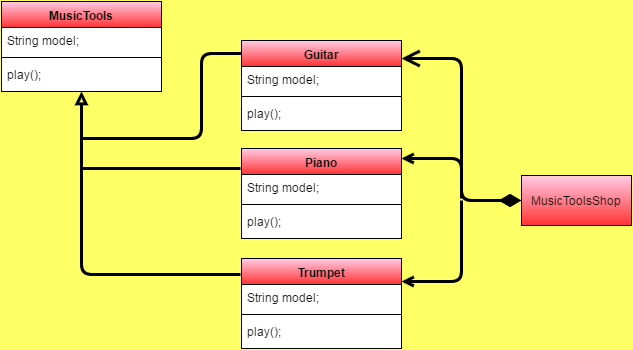
Earlier version of the draw.io export MusicTools.png (GalinaViktorovna/HomeTaskModul2). Source tidied: cells renumbered, new cells last; positions are measured from the earlier drawing's top-left corner, leaving out a move shared by most shapes. Its diagram source:
```xml
<mxGraphModel background="#FFFF66">
  <root>
    <mxCell id="0" />
    <mxCell id="1" parent="0" />
    <mxCell id="2" value="MusicTools" style="swimlane;html=1;fontStyle=1;align=center;verticalAlign=top;horizontal=1;startSize=26;swimlaneFillColor=#ffffff;fillColor=#FFCCE6;gradientColor=#FF3333;" parent="1" vertex="1">
      <mxGeometry width="160" height="90" as="geometry" />
    </mxCell>
    <mxCell id="3" value="String model;&lt;div&gt;&lt;br&gt;&lt;/div&gt;" style="text;html=1;strokeColor=none;fillColor=none;align=left;verticalAlign=top;spacingLeft=4;spacingRight=4;whiteSpace=wrap;overflow=hidden;points=[[0,0.5],[1,0.5]];portConstraint=eastwest;" parent="2" vertex="1">
      <mxGeometry y="26" width="160" height="26" as="geometry" />
    </mxCell>
    <mxCell id="4" style="endArrow=none;html=1;edgeStyle=orthogonalEdgeStyle;strokeColor=#000000;strokeWidth=3;align=left;" parent="2" edge="1">
      <mxGeometry relative="1" as="geometry">
        <mxPoint x="80" y="137" as="sourcePoint" />
        <mxPoint x="240" y="52" as="targetPoint" />
        <Array as="points">
          <mxPoint x="200" y="137" />
          <mxPoint x="200" y="52" />
        </Array>
      </mxGeometry>
    </mxCell>
    <mxCell id="5" style="line;html=1;strokeWidth=1;fillColor=none;align=left;verticalAlign=middle;spacingTop=-1;spacingLeft=3;spacingRight=3;labelPosition=right;" parent="2" vertex="1">
      <mxGeometry y="52" width="160" height="8" as="geometry" />
    </mxCell>
    <mxCell id="6" value="play();" style="text;html=1;strokeColor=none;fillColor=none;align=left;verticalAlign=top;spacingLeft=4;spacingRight=4;whiteSpace=wrap;overflow=hidden;points=[[0,0.5],[1,0.5]];portConstraint=eastwest;" parent="2" vertex="1">
      <mxGeometry y="60" width="160" height="26" as="geometry" />
    </mxCell>
    <mxCell id="7" value="Guitar" style="swimlane;html=1;fontStyle=1;align=center;verticalAlign=top;horizontal=1;startSize=26;swimlaneFillColor=#ffffff;fillColor=#FFCCE6;gradientColor=#FF3333;" parent="1" vertex="1">
      <mxGeometry x="240" y="39" width="160" height="90" as="geometry" />
    </mxCell>
    <mxCell id="8" value="String model;" style="text;html=1;strokeColor=none;fillColor=none;align=left;verticalAlign=top;spacingLeft=4;spacingRight=4;whiteSpace=wrap;overflow=hidden;" parent="7" vertex="1">
      <mxGeometry y="26" width="160" height="26" as="geometry" />
    </mxCell>
    <mxCell id="9" style="line;html=1;strokeWidth=1;fillColor=none;align=left;verticalAlign=middle;spacingTop=-1;spacingLeft=3;spacingRight=3;labelPosition=right;" parent="7" vertex="1">
      <mxGeometry y="52" width="160" height="8" as="geometry" />
    </mxCell>
    <mxCell id="10" value="play();" style="text;html=1;strokeColor=none;fillColor=none;align=left;verticalAlign=top;spacingLeft=4;spacingRight=4;whiteSpace=wrap;overflow=hidden;" parent="7" vertex="1">
      <mxGeometry y="60" width="160" height="26" as="geometry" />
    </mxCell>
    <mxCell id="11" value="Piano" style="swimlane;html=1;fontStyle=1;align=center;verticalAlign=top;horizontal=1;startSize=26;swimlaneFillColor=#ffffff;fillColor=#FFCCE6;gradientColor=#FF3333;" parent="1" vertex="1">
      <mxGeometry x="240" y="147" width="160" height="90" as="geometry" />
    </mxCell>
    <mxCell id="12" value="String model;" style="text;html=1;strokeColor=none;fillColor=none;align=left;verticalAlign=top;spacingLeft=4;spacingRight=4;whiteSpace=wrap;overflow=hidden;" parent="11" vertex="1">
      <mxGeometry y="26" width="160" height="26" as="geometry" />
    </mxCell>
    <mxCell id="13" style="line;html=1;strokeWidth=1;fillColor=none;align=left;verticalAlign=middle;spacingTop=-1;spacingLeft=3;spacingRight=3;labelPosition=right;" parent="11" vertex="1">
      <mxGeometry y="52" width="160" height="8" as="geometry" />
    </mxCell>
    <mxCell id="14" value="play();" style="text;html=1;strokeColor=none;fillColor=none;align=left;verticalAlign=top;spacingLeft=4;spacingRight=4;whiteSpace=wrap;overflow=hidden;" parent="11" vertex="1">
      <mxGeometry y="60" width="160" height="26" as="geometry" />
    </mxCell>
    <mxCell id="15" value="Trumpet" style="swimlane;html=1;fontStyle=1;align=center;verticalAlign=top;horizontal=1;startSize=26;swimlaneFillColor=#ffffff;fillColor=#FFCCE6;gradientColor=#FF3333;" parent="1" vertex="1">
      <mxGeometry x="240" y="257" width="160" height="90" as="geometry" />
    </mxCell>
    <mxCell id="16" value="String model;" style="text;html=1;strokeColor=none;fillColor=none;align=left;verticalAlign=top;spacingLeft=4;spacingRight=4;whiteSpace=wrap;overflow=hidden;" parent="15" vertex="1">
      <mxGeometry y="26" width="160" height="26" as="geometry" />
    </mxCell>
    <mxCell id="17" style="line;html=1;strokeWidth=1;fillColor=none;align=left;verticalAlign=middle;spacingTop=-1;spacingLeft=3;spacingRight=3;labelPosition=right;" parent="15" vertex="1">
      <mxGeometry y="52" width="160" height="8" as="geometry" />
    </mxCell>
    <mxCell id="18" value="play();" style="text;html=1;strokeColor=none;fillColor=none;align=left;verticalAlign=top;spacingLeft=4;spacingRight=4;whiteSpace=wrap;overflow=hidden;" parent="15" vertex="1">
      <mxGeometry y="60" width="160" height="26" as="geometry" />
    </mxCell>
    <mxCell id="19" value="MusicToolsShop" style="html=1;fillColor=#FFCCE6;gradientColor=#FF3333;" parent="1" vertex="1">
      <mxGeometry x="520" y="174" width="110" height="50" as="geometry" />
    </mxCell>
    <mxCell id="20" style="endArrow=block;endFill=0;html=1;edgeStyle=orthogonalEdgeStyle;align=left;verticalAlign=top;strokeColor=#000000;strokeWidth=3;exitX=-0.009;exitY=0.178;exitPerimeter=0;entryX=0.5;entryY=1;" parent="1" edge="1" source="15" target="2">
      <mxGeometry x="-1" relative="1" as="geometry">
        <Array as="points">
          <mxPoint x="80" y="273" />
        </Array>
      </mxGeometry>
    </mxCell>
    <mxCell id="21" style="html=1;align=left;verticalAlign=bottom;labelBackgroundColor=#ffffff;fontSize=10;" parent="20" vertex="1">
      <mxGeometry x="-1" relative="1" as="geometry" />
    </mxCell>
    <mxCell id="22" style="endArrow=none;html=1;edgeStyle=orthogonalEdgeStyle;strokeColor=#000000;strokeWidth=3;align=left;entryX=-0.006;entryY=0.217;entryPerimeter=0;" parent="1" edge="1" target="11">
      <mxGeometry relative="1" as="geometry">
        <mxPoint x="80" y="167" as="sourcePoint" />
        <Array as="points">
          <mxPoint x="160" y="167" />
        </Array>
      </mxGeometry>
    </mxCell>
    <mxCell id="23" style="endArrow=open;html=1;endSize=12;startArrow=diamondThin;startSize=14;startFill=1;edgeStyle=orthogonalEdgeStyle;align=left;verticalAlign=bottom;strokeColor=#000000;strokeWidth=3;exitX=0;exitY=0.5;" parent="1" edge="1" source="19" target="7">
      <mxGeometry x="-1" y="3" relative="1" as="geometry">
        <Array as="points">
          <mxPoint x="460" y="199" />
          <mxPoint x="460" y="57" />
        </Array>
      </mxGeometry>
    </mxCell>
    <mxCell id="24" style="endArrow=open;endFill=0;html=1;edgeStyle=orthogonalEdgeStyle;align=left;verticalAlign=top;strokeColor=#000000;strokeWidth=3;" parent="1" edge="1" target="11">
      <mxGeometry x="-1" relative="1" as="geometry">
        <mxPoint x="460" y="197" as="sourcePoint" />
        <Array as="points">
          <mxPoint x="460" y="157" />
        </Array>
      </mxGeometry>
    </mxCell>
    <mxCell id="25" style="endArrow=open;endFill=0;html=1;edgeStyle=orthogonalEdgeStyle;align=left;verticalAlign=top;strokeColor=#000000;strokeWidth=3;entryX=1;entryY=0.25;" parent="1" edge="1" target="15">
      <mxGeometry x="-1" relative="1" as="geometry">
        <mxPoint x="460" y="199" as="sourcePoint" />
        <Array as="points">
          <mxPoint x="460" y="280" />
        </Array>
      </mxGeometry>
    </mxCell>
    <mxCell id="26" style="html=1;align=left;verticalAlign=bottom;labelBackgroundColor=#ffffff;fontSize=10;" parent="25" vertex="1">
      <mxGeometry x="-1" relative="1" as="geometry" />
    </mxCell>
  </root>
</mxGraphModel>
```
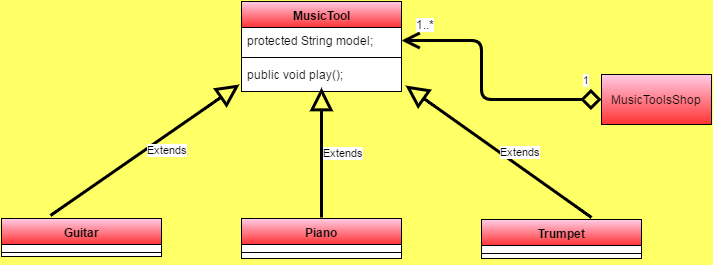
Later version of the same file.

Change to the diagram source:
```diff
@@ -2,111 +2,74 @@
   <root>
     <mxCell id="0" />
     <mxCell id="1" parent="0" />
-    <mxCell id="2" value="MusicTools" style="swimlane;html=1;fontStyle=1;align=center;verticalAlign=top;horizontal=1;startSize=26;swimlaneFillColor=#ffffff;fillColor=#FFCCE6;gradientColor=#FF3333;" parent="1" vertex="1">
-      <mxGeometry width="160" height="90" as="geometry" />
+    <mxCell id="2" value="MusicTool" style="swimlane;html=1;fontStyle=1;align=center;verticalAlign=top;horizontal=1;startSize=26;swimlaneFillColor=#ffffff;fillColor=#FFCCE6;gradientColor=#FF3333;" parent="1" vertex="1">
+      <mxGeometry x="240" width="160" height="90" as="geometry" />
     </mxCell>
-    <mxCell id="3" value="String model;&lt;div&gt;&lt;br&gt;&lt;/div&gt;" style="text;html=1;strokeColor=none;fillColor=none;align=left;verticalAlign=top;spacingLeft=4;spacingRight=4;whiteSpace=wrap;overflow=hidden;points=[[0,0.5],[1,0.5]];portConstraint=eastwest;" parent="2" vertex="1">
+    <mxCell id="3" value="protected String model;&lt;div&gt;&lt;br&gt;&lt;/div&gt;" style="text;html=1;strokeColor=none;fillColor=none;align=left;verticalAlign=top;spacingLeft=4;spacingRight=4;whiteSpace=wrap;overflow=hidden;points=[[0,0.5],[1,0.5]];portConstraint=eastwest;" parent="2" vertex="1">
       <mxGeometry y="26" width="160" height="26" as="geometry" />
     </mxCell>
-    <mxCell id="4" style="endArrow=none;html=1;edgeStyle=orthogonalEdgeStyle;strokeColor=#000000;strokeWidth=3;align=left;" parent="2" edge="1">
-      <mxGeometry relative="1" as="geometry">
-        <mxPoint x="80" y="137" as="sourcePoint" />
-        <mxPoint x="240" y="52" as="targetPoint" />
-        <Array as="points">
-          <mxPoint x="200" y="137" />
-          <mxPoint x="200" y="52" />
-        </Array>
-      </mxGeometry>
-    </mxCell>
     <mxCell id="5" style="line;html=1;strokeWidth=1;fillColor=none;align=left;verticalAlign=middle;spacingTop=-1;spacingLeft=3;spacingRight=3;labelPosition=right;" parent="2" vertex="1">
       <mxGeometry y="52" width="160" height="8" as="geometry" />
     </mxCell>
-    <mxCell id="6" value="play();" style="text;html=1;strokeColor=none;fillColor=none;align=left;verticalAlign=top;spacingLeft=4;spacingRight=4;whiteSpace=wrap;overflow=hidden;points=[[0,0.5],[1,0.5]];portConstraint=eastwest;" parent="2" vertex="1">
+    <mxCell id="6" value="public void play();" style="text;html=1;strokeColor=none;fillColor=none;align=left;verticalAlign=top;spacingLeft=4;spacingRight=4;whiteSpace=wrap;overflow=hidden;points=[[0,0.5],[1,0.5]];portConstraint=eastwest;" parent="2" vertex="1">
       <mxGeometry y="60" width="160" height="26" as="geometry" />
     </mxCell>
     <mxCell id="7" value="Guitar" style="swimlane;html=1;fontStyle=1;align=center;verticalAlign=top;horizontal=1;startSize=26;swimlaneFillColor=#ffffff;fillColor=#FFCCE6;gradientColor=#FF3333;" parent="1" vertex="1">
-      <mxGeometry x="240" y="39" width="160" height="90" as="geometry" />
+      <mxGeometry y="217" width="160" height="38" as="geometry" />
     </mxCell>
-    <mxCell id="8" value="String model;" style="text;html=1;strokeColor=none;fillColor=none;align=left;verticalAlign=top;spacingLeft=4;spacingRight=4;whiteSpace=wrap;overflow=hidden;" parent="7" vertex="1">
-      <mxGeometry y="26" width="160" height="26" as="geometry" />
+    <mxCell id="8" value="String form;" style="text;html=1;strokeColor=none;fillColor=none;align=left;verticalAlign=top;spacingLeft=4;spacingRight=4;whiteSpace=wrap;overflow=hidden;" parent="7" vertex="1">
+      <mxGeometry y="26" width="160" height="4" as="geometry" />
     </mxCell>
     <mxCell id="9" style="line;html=1;strokeWidth=1;fillColor=none;align=left;verticalAlign=middle;spacingTop=-1;spacingLeft=3;spacingRight=3;labelPosition=right;" parent="7" vertex="1">
-      <mxGeometry y="52" width="160" height="8" as="geometry" />
+      <mxGeometry y="30" width="160" height="8" as="geometry" />
     </mxCell>
     <mxCell id="10" value="play();" style="text;html=1;strokeColor=none;fillColor=none;align=left;verticalAlign=top;spacingLeft=4;spacingRight=4;whiteSpace=wrap;overflow=hidden;" parent="7" vertex="1">
-      <mxGeometry y="60" width="160" height="26" as="geometry" />
+      <mxGeometry y="38" width="160" as="geometry" />
     </mxCell>
     <mxCell id="11" value="Piano" style="swimlane;html=1;fontStyle=1;align=center;verticalAlign=top;horizontal=1;startSize=26;swimlaneFillColor=#ffffff;fillColor=#FFCCE6;gradientColor=#FF3333;" parent="1" vertex="1">
-      <mxGeometry x="240" y="147" width="160" height="90" as="geometry" />
+      <mxGeometry x="240" y="217" width="160" height="40" as="geometry" />
     </mxCell>
     <mxCell id="12" value="String model;" style="text;html=1;strokeColor=none;fillColor=none;align=left;verticalAlign=top;spacingLeft=4;spacingRight=4;whiteSpace=wrap;overflow=hidden;" parent="11" vertex="1">
-      <mxGeometry y="26" width="160" height="26" as="geometry" />
+      <mxGeometry y="26" width="160" height="4" as="geometry" />
     </mxCell>
     <mxCell id="13" style="line;html=1;strokeWidth=1;fillColor=none;align=left;verticalAlign=middle;spacingTop=-1;spacingLeft=3;spacingRight=3;labelPosition=right;" parent="11" vertex="1">
-      <mxGeometry y="52" width="160" height="8" as="geometry" />
+      <mxGeometry y="30" width="160" height="8" as="geometry" />
     </mxCell>
-    <mxCell id="14" value="play();" style="text;html=1;strokeColor=none;fillColor=none;align=left;verticalAlign=top;spacingLeft=4;spacingRight=4;whiteSpace=wrap;overflow=hidden;" parent="11" vertex="1">
-      <mxGeometry y="60" width="160" height="26" as="geometry" />
-    </mxCell>
     <mxCell id="15" value="Trumpet" style="swimlane;html=1;fontStyle=1;align=center;verticalAlign=top;horizontal=1;startSize=26;swimlaneFillColor=#ffffff;fillColor=#FFCCE6;gradientColor=#FF3333;" parent="1" vertex="1">
-      <mxGeometry x="240" y="257" width="160" height="90" as="geometry" />
+      <mxGeometry x="480" y="218" width="160" height="39" as="geometry" />
     </mxCell>
     <mxCell id="16" value="String model;" style="text;html=1;strokeColor=none;fillColor=none;align=left;verticalAlign=top;spacingLeft=4;spacingRight=4;whiteSpace=wrap;overflow=hidden;" parent="15" vertex="1">
-      <mxGeometry y="26" width="160" height="26" as="geometry" />
+      <mxGeometry y="26" width="160" height="4" as="geometry" />
     </mxCell>
     <mxCell id="17" style="line;html=1;strokeWidth=1;fillColor=none;align=left;verticalAlign=middle;spacingTop=-1;spacingLeft=3;spacingRight=3;labelPosition=right;" parent="15" vertex="1">
-      <mxGeometry y="52" width="160" height="8" as="geometry" />
+      <mxGeometry y="30" width="160" height="8" as="geometry" />
     </mxCell>
-    <mxCell id="18" value="play();" style="text;html=1;strokeColor=none;fillColor=none;align=left;verticalAlign=top;spacingLeft=4;spacingRight=4;whiteSpace=wrap;overflow=hidden;" parent="15" vertex="1">
-      <mxGeometry y="60" width="160" height="26" as="geometry" />
-    </mxCell>
+    <mxCell id="27" value="Extends" style="endArrow=block;endSize=16;endFill=0;html=1;strokeColor=#000000;strokeWidth=3;align=left;entryX=1.025;entryY=0.923;entryPerimeter=0;" parent="15" edge="1" target="6">
+      <mxGeometry relative="1" as="geometry">
+        <mxPoint x="110" y="-2" as="sourcePoint" />
+      </mxGeometry>
+    </mxCell>
     <mxCell id="19" value="MusicToolsShop" style="html=1;fillColor=#FFCCE6;gradientColor=#FF3333;" parent="1" vertex="1">
-      <mxGeometry x="520" y="174" width="110" height="50" as="geometry" />
+      <mxGeometry x="600" y="73" width="110" height="50" as="geometry" />
     </mxCell>
-    <mxCell id="20" style="endArrow=block;endFill=0;html=1;edgeStyle=orthogonalEdgeStyle;align=left;verticalAlign=top;strokeColor=#000000;strokeWidth=3;exitX=-0.009;exitY=0.178;exitPerimeter=0;entryX=0.5;entryY=1;" parent="1" edge="1" source="15" target="2">
-      <mxGeometry x="-1" relative="1" as="geometry">
-        <Array as="points">
-          <mxPoint x="80" y="273" />
-        </Array>
-      </mxGeometry>
-    </mxCell>
-    <mxCell id="21" style="html=1;align=left;verticalAlign=bottom;labelBackgroundColor=#ffffff;fontSize=10;" parent="20" vertex="1">
-      <mxGeometry x="-1" relative="1" as="geometry" />
-    </mxCell>
-    <mxCell id="22" style="endArrow=none;html=1;edgeStyle=orthogonalEdgeStyle;strokeColor=#000000;strokeWidth=3;align=left;entryX=-0.006;entryY=0.217;entryPerimeter=0;" parent="1" edge="1" target="11">
-      <mxGeometry relative="1" as="geometry">
-        <mxPoint x="80" y="167" as="sourcePoint" />
-        <Array as="points">
-          <mxPoint x="160" y="167" />
-        </Array>
-      </mxGeometry>
-    </mxCell>
-    <mxCell id="23" style="endArrow=open;html=1;endSize=12;startArrow=diamondThin;startSize=14;startFill=1;edgeStyle=orthogonalEdgeStyle;align=left;verticalAlign=bottom;strokeColor=#000000;strokeWidth=3;exitX=0;exitY=0.5;" parent="1" edge="1" source="19" target="7">
-      <mxGeometry x="-1" y="3" relative="1" as="geometry">
-        <Array as="points">
-          <mxPoint x="460" y="199" />
-          <mxPoint x="460" y="57" />
-        </Array>
-      </mxGeometry>
-    </mxCell>
-    <mxCell id="24" style="endArrow=open;endFill=0;html=1;edgeStyle=orthogonalEdgeStyle;align=left;verticalAlign=top;strokeColor=#000000;strokeWidth=3;" parent="1" edge="1" target="11">
-      <mxGeometry x="-1" relative="1" as="geometry">
-        <mxPoint x="460" y="197" as="sourcePoint" />
-        <Array as="points">
-          <mxPoint x="460" y="157" />
-        </Array>
-      </mxGeometry>
-    </mxCell>
-    <mxCell id="25" style="endArrow=open;endFill=0;html=1;edgeStyle=orthogonalEdgeStyle;align=left;verticalAlign=top;strokeColor=#000000;strokeWidth=3;entryX=1;entryY=0.25;" parent="1" edge="1" target="15">
-      <mxGeometry x="-1" relative="1" as="geometry">
-        <mxPoint x="460" y="199" as="sourcePoint" />
-        <Array as="points">
-          <mxPoint x="460" y="280" />
-        </Array>
-      </mxGeometry>
-    </mxCell>
-    <mxCell id="26" style="html=1;align=left;verticalAlign=bottom;labelBackgroundColor=#ffffff;fontSize=10;" parent="25" vertex="1">
-      <mxGeometry x="-1" relative="1" as="geometry" />
-    </mxCell>
+    <mxCell id="28" value="Extends" style="endArrow=block;endSize=16;endFill=0;html=1;strokeColor=#000000;strokeWidth=3;align=left;exitX=0.306;exitY=-0.067;exitPerimeter=0;entryX=-0.012;entryY=0.885;entryPerimeter=0;" parent="1" edge="1" source="7" target="6">
+      <mxGeometry relative="1" as="geometry" />
+    </mxCell>
+    <mxCell id="29" value="Extends" style="endArrow=block;endSize=16;endFill=0;html=1;strokeColor=#000000;strokeWidth=3;align=left;" parent="1" edge="1" target="6">
+      <mxGeometry relative="1" as="geometry">
+        <mxPoint x="320" y="216" as="sourcePoint" />
+      </mxGeometry>
+    </mxCell>
+    <mxCell id="30" value="1" style="endArrow=open;html=1;endSize=12;startArrow=diamond;startSize=14;startFill=0;edgeStyle=orthogonalEdgeStyle;align=left;verticalAlign=bottom;strokeColor=#000000;strokeWidth=3;exitX=0;exitY=0.5;entryX=1;entryY=0.5;" parent="1" edge="1" source="19" target="3">
+      <mxGeometry x="0.01" y="-100" relative="1" as="geometry">
+        <Array as="points">
+          <mxPoint x="480" y="98" />
+          <mxPoint x="480" y="39" />
+        </Array>
+      </mxGeometry>
+    </mxCell>
+    <mxCell id="31" value="&lt;span style=&quot;background-color: rgb(255 , 255 , 255)&quot;&gt;1..*&lt;/span&gt;" style="text;html=1;align=left;verticalAlign=top;spacingTop=-4;" parent="1" vertex="1">
+      <mxGeometry x="413" y="14" width="30" height="20" as="geometry" />
+    </mxCell>
   </root>
 </mxGraphModel>
```
